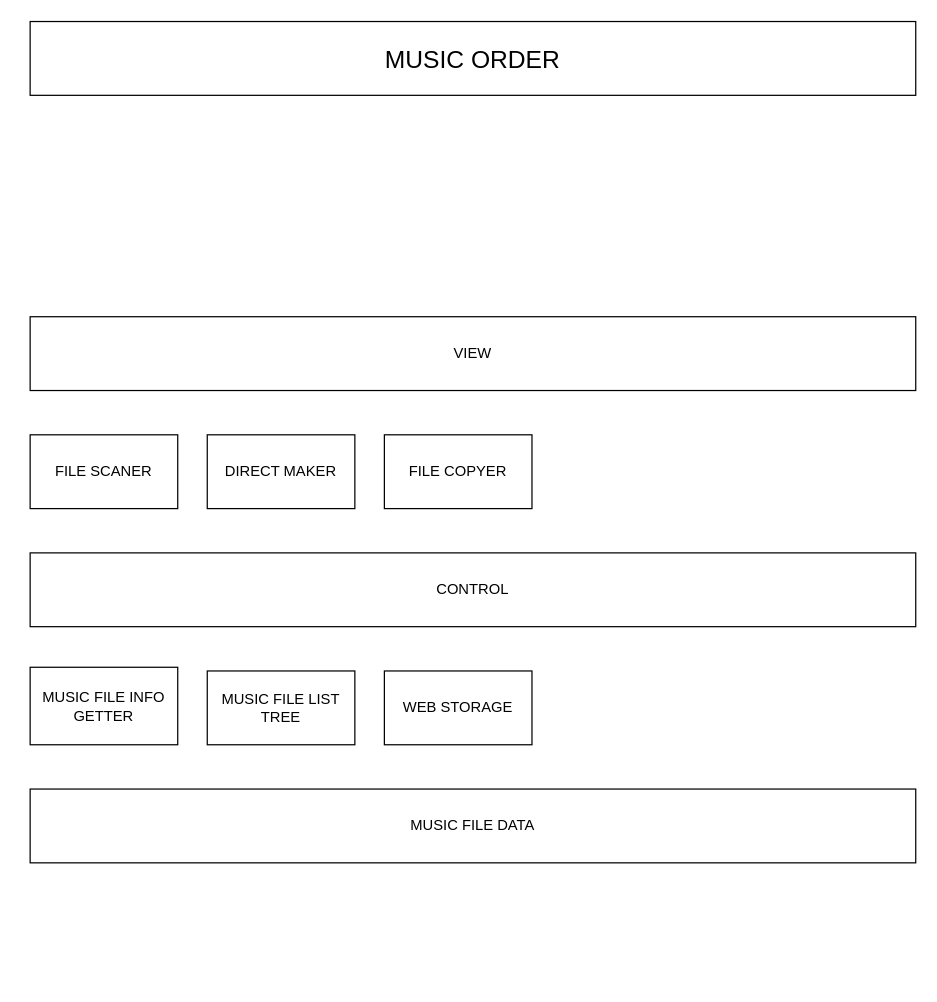
The draw.io diagram doc/design.drawio in OverlyDramatic/music-order-electron, before the edit. Source tidied: cells renumbered, new cells numbered last; positions are measured from the earlier drawing's top-left corner, leaving out a move shared by most shapes. Both pictures are drawn from the tidied source at 123%, with x=0, y=0 at pixel (30, 21).
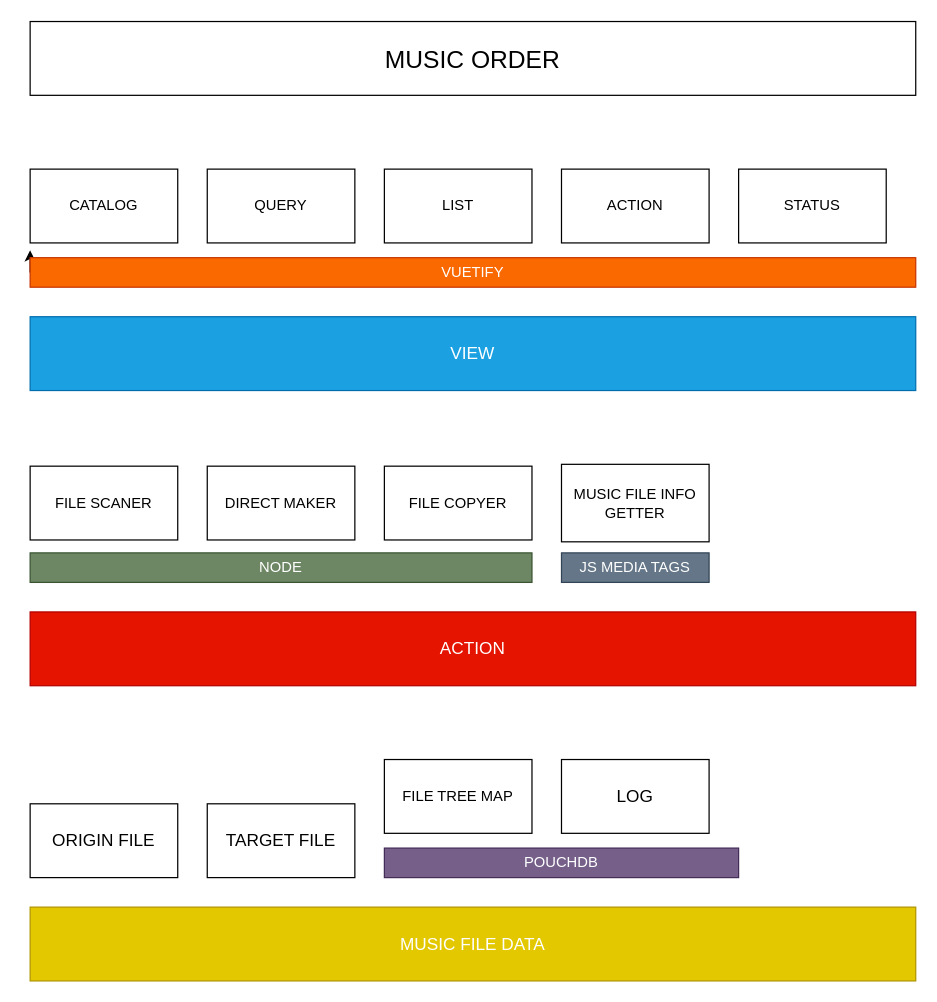
After the change.

Change to the diagram source:
```diff
@@
     <mxCell id="3" value="MUSIC FILE INFO GETTER" style="rounded=0;whiteSpace=wrap;html=1;" parent="1" vertex="1">
-      <mxGeometry y="525" width="120" height="63" as="geometry" />
+      <mxGeometry x="432" y="360" width="120" height="63" as="geometry" />
     </mxCell>
-    <mxCell id="4" value="MUSIC FILE LIST TREE" style="rounded=0;whiteSpace=wrap;html=1;" parent="1" vertex="1">
-      <mxGeometry x="144" y="528" width="120" height="60" as="geometry" />
+    <mxCell id="4" value="FILE TREE MAP" style="rounded=0;whiteSpace=wrap;html=1;" parent="1" vertex="1">
+      <mxGeometry x="288" y="600" width="120" height="60" as="geometry" />
     </mxCell>
     <mxCell id="5" value="DIRECT MAKER" style="rounded=0;whiteSpace=wrap;html=1;" parent="1" vertex="1">
-      <mxGeometry x="144" y="336" width="120" height="60" as="geometry" />
+      <mxGeometry x="144" y="361.5" width="120" height="60" as="geometry" />
     </mxCell>
-    <mxCell id="6" value="WEB STORAGE" style="rounded=0;whiteSpace=wrap;html=1;" parent="1" vertex="1">
-      <mxGeometry x="288" y="528" width="120" height="60" as="geometry" />
-    </mxCell>
-    <mxCell id="7" value="MUSIC FILE DATA" style="rounded=0;whiteSpace=wrap;html=1;" parent="1" vertex="1">
-      <mxGeometry y="624" width="720" height="60" as="geometry" />
+    <mxCell id="7" value="MUSIC FILE DATA" style="rounded=0;whiteSpace=wrap;html=1;fillColor=#e3c800;strokeColor=#B09500;fontColor=#ffffff;fontSize=14;" parent="1" vertex="1">
+      <mxGeometry y="720" width="720" height="60" as="geometry" />
     </mxCell>
-    <mxCell id="8" value="VIEW" style="rounded=0;whiteSpace=wrap;html=1;" parent="1" vertex="1">
+    <mxCell id="8" value="VIEW" style="rounded=0;whiteSpace=wrap;html=1;fillColor=#1ba1e2;strokeColor=#006EAF;fontColor=#ffffff;fontSize=14;" parent="1" vertex="1">
       <mxGeometry y="240" width="720" height="60" as="geometry" />
     </mxCell>
-    <mxCell id="9" value="CONTROL" style="rounded=0;whiteSpace=wrap;html=1;" parent="1" vertex="1">
-      <mxGeometry y="432" width="720" height="60" as="geometry" />
+    <mxCell id="9" value="ACTION" style="rounded=0;whiteSpace=wrap;html=1;fillColor=#e51400;strokeColor=#B20000;fontColor=#ffffff;fontSize=14;" parent="1" vertex="1">
+      <mxGeometry y="480" width="720" height="60" as="geometry" />
     </mxCell>
     <mxCell id="10" value="FILE COPYER" style="rounded=0;whiteSpace=wrap;html=1;" parent="1" vertex="1">
-      <mxGeometry x="288" y="336" width="120" height="60" as="geometry" />
+      <mxGeometry x="288" y="361.5" width="120" height="60" as="geometry" />
     </mxCell>
     <mxCell id="11" value="FILE SCANER" style="rounded=0;whiteSpace=wrap;html=1;fontSize=12;" parent="1" vertex="1">
-      <mxGeometry y="336" width="120" height="60" as="geometry" />
+      <mxGeometry y="361.5" width="120" height="60" as="geometry" />
     </mxCell>
+    <mxCell id="12" value="ORIGIN FILE" style="rounded=0;whiteSpace=wrap;html=1;fontSize=14;" parent="1" vertex="1">
+      <mxGeometry y="636" width="120" height="60" as="geometry" />
+    </mxCell>
+    <mxCell id="13" value="TARGET FILE" style="rounded=0;whiteSpace=wrap;html=1;fontSize=14;" parent="1" vertex="1">
+      <mxGeometry x="144" y="636" width="120" height="60" as="geometry" />
+    </mxCell>
+    <mxCell id="14" value="LOG" style="rounded=0;whiteSpace=wrap;html=1;fontSize=14;" parent="1" vertex="1">
+      <mxGeometry x="432" y="600" width="120" height="60" as="geometry" />
+    </mxCell>
+    <mxCell id="15" value="POUCHDB" style="rounded=0;whiteSpace=wrap;html=1;fillColor=#76608a;strokeColor=#432D57;fontColor=#ffffff;" parent="1" vertex="1">
+      <mxGeometry x="288" y="672" width="288" height="24" as="geometry" />
+    </mxCell>
+    <mxCell id="16" style="edgeStyle=orthogonalEdgeStyle;rounded=0;jettySize=auto;html=1;exitX=0;exitY=0.5;exitDx=0;exitDy=0;" parent="1" edge="1" source="17">
+      <mxGeometry relative="1" as="geometry">
+        <mxPoint y="186" as="targetPoint" />
+      </mxGeometry>
+    </mxCell>
+    <mxCell id="17" value="VUETIFY" style="rounded=0;whiteSpace=wrap;html=1;fillColor=#fa6800;strokeColor=#C73500;fontColor=#ffffff;" parent="1" vertex="1">
+      <mxGeometry y="192" width="720" height="24" as="geometry" />
+    </mxCell>
+    <mxCell id="18" value="JS MEDIA TAGS" style="rounded=0;whiteSpace=wrap;html=1;fillColor=#647687;strokeColor=#314354;fontColor=#ffffff;" parent="1" vertex="1">
+      <mxGeometry x="432" y="432" width="120" height="24" as="geometry" />
+    </mxCell>
+    <mxCell id="19" value="NODE" style="rounded=0;whiteSpace=wrap;html=1;fillColor=#6d8764;strokeColor=#3A5431;fontColor=#ffffff;" parent="1" vertex="1">
+      <mxGeometry y="432" width="408" height="24" as="geometry" />
+    </mxCell>
+    <mxCell id="20" value="CATALOG" style="rounded=0;whiteSpace=wrap;html=1;" parent="1" vertex="1">
+      <mxGeometry y="120" width="120" height="60" as="geometry" />
+    </mxCell>
+    <mxCell id="21" value="QUERY" style="rounded=0;whiteSpace=wrap;html=1;" parent="1" vertex="1">
+      <mxGeometry x="144" y="120" width="120" height="60" as="geometry" />
+    </mxCell>
+    <mxCell id="22" value="LIST" style="rounded=0;whiteSpace=wrap;html=1;" parent="1" vertex="1">
+      <mxGeometry x="288" y="120" width="120" height="60" as="geometry" />
+    </mxCell>
+    <mxCell id="23" value="ACTION" style="rounded=0;whiteSpace=wrap;html=1;" parent="1" vertex="1">
+      <mxGeometry x="432" y="120" width="120" height="60" as="geometry" />
+    </mxCell>
+    <mxCell id="24" value="STATUS" style="rounded=0;whiteSpace=wrap;html=1;" parent="1" vertex="1">
+      <mxGeometry x="576" y="120" width="120" height="60" as="geometry" />
+    </mxCell>
```
